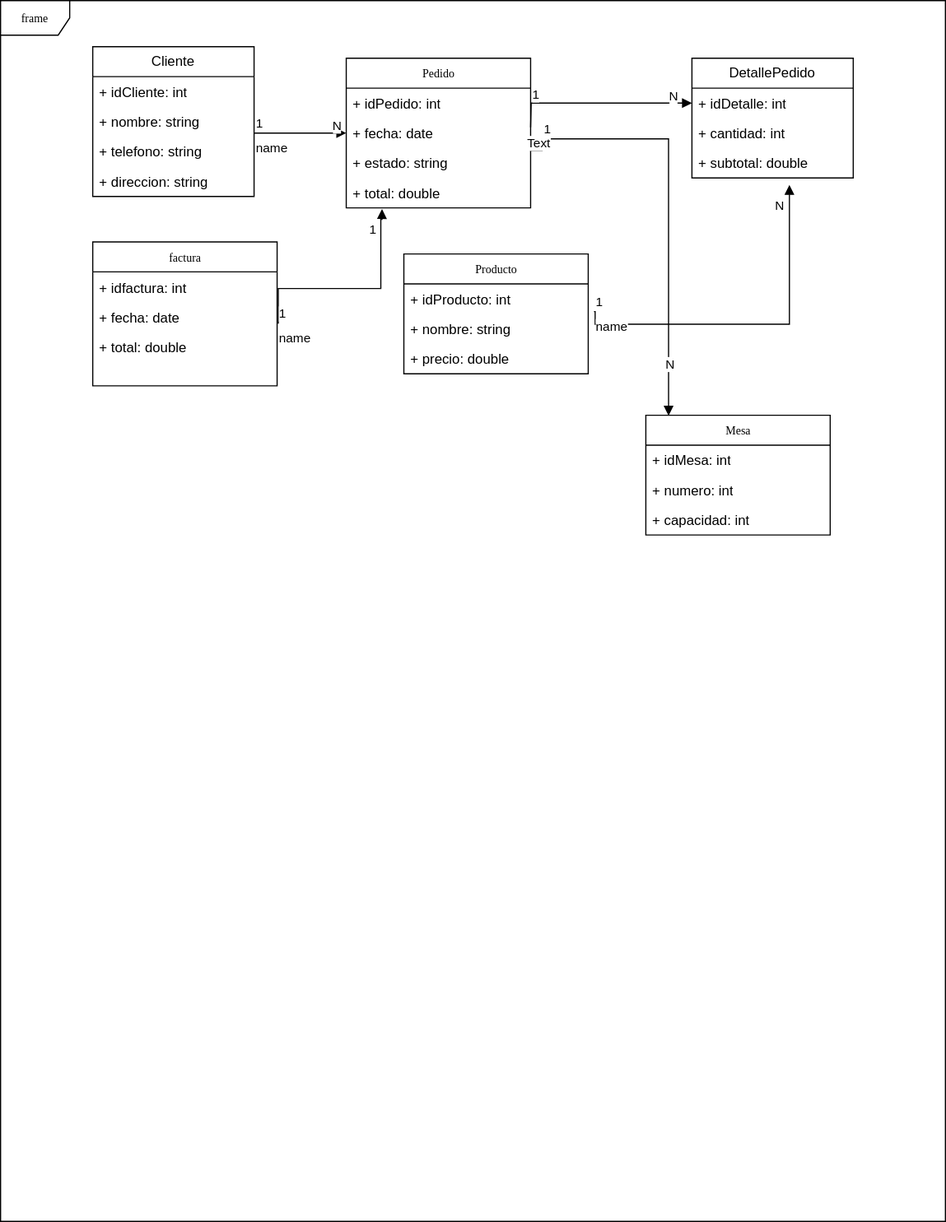
The draw.io diagram Diagrama Restaurante.drawio.svg in jontive21/Proy_Final_GP6_Lab, before a commit. Source tidied: cells renumbered, new cells last; positions are measured from the earlier drawing's top-left corner, leaving out a move shared by most shapes. The source it was exported from:
```xml
<mxGraphModel>
  <root>
    <mxCell id="0" />
    <mxCell id="1" parent="0" />
    <mxCell id="2" value="frame" style="shape=umlFrame;whiteSpace=wrap;html=1;rounded=0;shadow=0;comic=0;labelBackgroundColor=none;strokeWidth=1;fontFamily=Verdana;fontSize=10;align=center;" parent="1" vertex="1">
      <mxGeometry width="820" height="1060" as="geometry" />
    </mxCell>
    <mxCell id="3" value="factura" style="swimlane;html=1;fontStyle=0;horizontal=1;startSize=26;fillColor=none;swimlaneFillColor=#ffffff;rounded=0;shadow=0;comic=0;labelBackgroundColor=none;strokeWidth=1;fontFamily=Verdana;fontSize=10;align=center;" parent="1" vertex="1">
      <mxGeometry x="80" y="209.5" width="160" height="125" as="geometry" />
    </mxCell>
    <mxCell id="4" value="+ idfactura: int" style="text;html=1;strokeColor=none;fillColor=none;align=left;verticalAlign=top;spacingLeft=4;spacingRight=4;whiteSpace=wrap;overflow=hidden;" parent="3" vertex="1">
      <mxGeometry y="26" width="160" height="26" as="geometry" />
    </mxCell>
    <mxCell id="5" value="+ fecha: date" style="text;html=1;strokeColor=none;fillColor=none;align=left;verticalAlign=top;spacingLeft=4;spacingRight=4;whiteSpace=wrap;overflow=hidden;" parent="3" vertex="1">
      <mxGeometry y="52" width="160" height="26" as="geometry" />
    </mxCell>
    <mxCell id="6" value="+ total: double" style="text;html=1;strokeColor=none;fillColor=none;align=left;verticalAlign=top;spacingLeft=4;spacingRight=4;whiteSpace=wrap;overflow=hidden;" parent="3" vertex="1">
      <mxGeometry y="78" width="160" height="26" as="geometry" />
    </mxCell>
    <mxCell id="7" value="Pedido" style="swimlane;html=1;fontStyle=0;horizontal=1;startSize=26;fillColor=none;swimlaneFillColor=#ffffff;rounded=0;shadow=0;comic=0;labelBackgroundColor=none;strokeWidth=1;fontFamily=Verdana;fontSize=10;align=center;" parent="1" vertex="1">
      <mxGeometry x="300" y="50" width="160" height="130" as="geometry" />
    </mxCell>
    <mxCell id="8" value="+ idPedido: int" style="text;html=1;strokeColor=none;fillColor=none;align=left;verticalAlign=top;spacingLeft=4;spacingRight=4;whiteSpace=wrap;overflow=hidden;" parent="7" vertex="1">
      <mxGeometry y="26" width="160" height="26" as="geometry" />
    </mxCell>
    <mxCell id="9" value="+ fecha: date" style="text;html=1;strokeColor=none;fillColor=none;align=left;verticalAlign=top;spacingLeft=4;spacingRight=4;whiteSpace=wrap;overflow=hidden;" parent="7" vertex="1">
      <mxGeometry y="52" width="160" height="26" as="geometry" />
    </mxCell>
    <mxCell id="10" value="+ estado: string" style="text;html=1;strokeColor=none;fillColor=none;align=left;verticalAlign=top;spacingLeft=4;spacingRight=4;whiteSpace=wrap;overflow=hidden;" parent="7" vertex="1">
      <mxGeometry y="78" width="160" height="26" as="geometry" />
    </mxCell>
    <mxCell id="11" value="+ total: double" style="text;html=1;strokeColor=none;fillColor=none;align=left;verticalAlign=top;spacingLeft=4;spacingRight=4;whiteSpace=wrap;overflow=hidden;points=[[0,0.5],[1,0.5]];portConstraint=eastwest;" parent="7" vertex="1">
      <mxGeometry y="104" width="160" height="26" as="geometry" />
    </mxCell>
    <mxCell id="12" value="Mesa" style="swimlane;html=1;fontStyle=0;horizontal=1;startSize=26;fillColor=none;swimlaneFillColor=#ffffff;rounded=0;shadow=0;comic=0;labelBackgroundColor=none;strokeWidth=1;fontFamily=Verdana;fontSize=10;align=center;" parent="1" vertex="1">
      <mxGeometry x="560" y="360" width="160" height="104" as="geometry" />
    </mxCell>
    <mxCell id="13" value="+ idMesa: int" style="text;html=1;strokeColor=none;fillColor=none;align=left;verticalAlign=top;spacingLeft=4;spacingRight=4;whiteSpace=wrap;overflow=hidden;" parent="12" vertex="1">
      <mxGeometry y="26" width="160" height="26" as="geometry" />
    </mxCell>
    <mxCell id="14" value="+ numero: int" style="text;html=1;strokeColor=none;fillColor=none;align=left;verticalAlign=top;spacingLeft=4;spacingRight=4;whiteSpace=wrap;overflow=hidden;" parent="12" vertex="1">
      <mxGeometry y="52" width="160" height="26" as="geometry" />
    </mxCell>
    <mxCell id="15" value="+ capacidad: int" style="text;html=1;strokeColor=none;fillColor=none;align=left;verticalAlign=top;spacingLeft=4;spacingRight=4;whiteSpace=wrap;overflow=hidden;" parent="12" vertex="1">
      <mxGeometry y="78" width="160" height="26" as="geometry" />
    </mxCell>
    <mxCell id="16" value="Producto" style="swimlane;html=1;fontStyle=0;horizontal=1;startSize=26;fillColor=none;swimlaneFillColor=#ffffff;rounded=0;shadow=0;comic=0;labelBackgroundColor=none;strokeWidth=1;fontFamily=Verdana;fontSize=10;align=center;" parent="1" vertex="1">
      <mxGeometry x="350" y="220" width="160" height="104" as="geometry" />
    </mxCell>
    <mxCell id="17" value="+ idProducto: int" style="text;html=1;strokeColor=none;fillColor=none;align=left;verticalAlign=top;spacingLeft=4;spacingRight=4;whiteSpace=wrap;overflow=hidden;" parent="16" vertex="1">
      <mxGeometry y="26" width="160" height="26" as="geometry" />
    </mxCell>
    <mxCell id="18" value="+ nombre: string" style="text;html=1;strokeColor=none;fillColor=none;align=left;verticalAlign=top;spacingLeft=4;spacingRight=4;whiteSpace=wrap;overflow=hidden;" parent="16" vertex="1">
      <mxGeometry y="52" width="160" height="26" as="geometry" />
    </mxCell>
    <mxCell id="19" value="name" style="endArrow=block;endFill=1;html=1;edgeStyle=orthogonalEdgeStyle;align=left;verticalAlign=top;rounded=0;entryX=0.194;entryY=1.038;entryDx=0;entryDy=0;entryPerimeter=0;" parent="16" edge="1" target="11">
      <mxGeometry x="-1" relative="1" as="geometry">
        <mxPoint x="-110" y="60" as="sourcePoint" />
        <Array as="points">
          <mxPoint x="-109" y="60" />
          <mxPoint x="-109" y="30" />
          <mxPoint x="-20" y="30" />
          <mxPoint x="-20" y="-30" />
          <mxPoint x="-19" y="-30" />
        </Array>
      </mxGeometry>
    </mxCell>
    <mxCell id="20" value="1" style="edgeLabel;html=1;align=left;verticalAlign=bottom;" parent="19" vertex="1">
      <mxGeometry x="-1" relative="1" as="geometry" />
    </mxCell>
    <mxCell id="21" value="1" style="edgeLabel;html=1;align=center;verticalAlign=middle;" parent="19" vertex="1">
      <mxGeometry x="1" y="4" relative="1" as="geometry">
        <mxPoint x="-5" y="18" as="offset" />
      </mxGeometry>
    </mxCell>
    <mxCell id="22" value="+ precio: double" style="text;html=1;strokeColor=none;fillColor=none;align=left;verticalAlign=top;spacingLeft=4;spacingRight=4;whiteSpace=wrap;overflow=hidden;" parent="16" vertex="1">
      <mxGeometry y="78" width="160" height="26" as="geometry" />
    </mxCell>
    <mxCell id="23" value="Cliente" style="swimlane;fontStyle=0;horizontal=1;startSize=26;fillColor=none;whiteSpace=wrap;html=1;" parent="1" vertex="1">
      <mxGeometry x="80" y="40" width="140" height="130" as="geometry" />
    </mxCell>
    <mxCell id="24" value="+ idCliente: int" style="text;strokeColor=none;fillColor=none;align=left;verticalAlign=top;spacingLeft=4;spacingRight=4;overflow=hidden;whiteSpace=wrap;html=1;" parent="23" vertex="1">
      <mxGeometry y="26" width="140" height="26" as="geometry" />
    </mxCell>
    <mxCell id="25" value="+ nombre: string" style="text;strokeColor=none;fillColor=none;align=left;verticalAlign=top;spacingLeft=4;spacingRight=4;overflow=hidden;whiteSpace=wrap;html=1;" parent="23" vertex="1">
      <mxGeometry y="52" width="140" height="26" as="geometry" />
    </mxCell>
    <mxCell id="26" value="+ telefono: string" style="text;strokeColor=none;fillColor=none;align=left;verticalAlign=top;spacingLeft=4;spacingRight=4;overflow=hidden;whiteSpace=wrap;html=1;" parent="23" vertex="1">
      <mxGeometry y="78" width="140" height="26" as="geometry" />
    </mxCell>
    <mxCell id="27" value="+ direccion: string" style="text;strokeColor=none;fillColor=none;align=left;verticalAlign=top;spacingLeft=4;spacingRight=4;overflow=hidden;whiteSpace=wrap;html=1;" parent="23" vertex="1">
      <mxGeometry y="104" width="140" height="26" as="geometry" />
    </mxCell>
    <mxCell id="28" value="DetallePedido" style="swimlane;fontStyle=0;horizontal=1;startSize=26;fillColor=none;whiteSpace=wrap;html=1;" parent="1" vertex="1">
      <mxGeometry x="600" y="50" width="140" height="104" as="geometry" />
    </mxCell>
    <mxCell id="29" value="+ idDetalle: int" style="text;strokeColor=none;fillColor=none;align=left;verticalAlign=top;spacingLeft=4;spacingRight=4;overflow=hidden;points=[[0,0.5],[1,0.5]];portConstraint=eastwest;whiteSpace=wrap;html=1;" parent="28" vertex="1">
      <mxGeometry y="26" width="140" height="26" as="geometry" />
    </mxCell>
    <mxCell id="30" value="+ cantidad: int" style="text;strokeColor=none;fillColor=none;align=left;verticalAlign=top;spacingLeft=4;spacingRight=4;overflow=hidden;whiteSpace=wrap;html=1;" parent="28" vertex="1">
      <mxGeometry y="52" width="140" height="26" as="geometry" />
    </mxCell>
    <mxCell id="31" value="+ subtotal: double" style="text;strokeColor=none;fillColor=none;align=left;verticalAlign=top;spacingLeft=4;spacingRight=4;overflow=hidden;whiteSpace=wrap;html=1;" parent="28" vertex="1">
      <mxGeometry y="78" width="140" height="26" as="geometry" />
    </mxCell>
    <mxCell id="32" value="name" style="endArrow=block;endFill=1;html=1;edgeStyle=orthogonalEdgeStyle;align=left;verticalAlign=top;rounded=0;" parent="1" edge="1">
      <mxGeometry x="-1" relative="1" as="geometry">
        <mxPoint x="220" y="115" as="sourcePoint" />
        <mxPoint x="300" y="115" as="targetPoint" />
      </mxGeometry>
    </mxCell>
    <mxCell id="33" value="1" style="edgeLabel;html=1;align=left;verticalAlign=bottom;" parent="32" vertex="1">
      <mxGeometry x="-1" relative="1" as="geometry" />
    </mxCell>
    <mxCell id="34" value="N" style="edgeLabel;html=1;align=center;verticalAlign=middle;" parent="32" vertex="1">
      <mxGeometry x="0.78" y="1" relative="1" as="geometry">
        <mxPoint y="-6" as="offset" />
      </mxGeometry>
    </mxCell>
    <mxCell id="35" style="endArrow=block;endFill=1;html=1;edgeStyle=orthogonalEdgeStyle;align=left;verticalAlign=top;rounded=0;entryX=0;entryY=0.5;entryDx=0;entryDy=0;" parent="1" edge="1" target="29">
      <mxGeometry x="-1" relative="1" as="geometry">
        <mxPoint x="460" y="110" as="sourcePoint" />
      </mxGeometry>
    </mxCell>
    <mxCell id="36" value="1" style="edgeLabel;html=1;align=left;verticalAlign=bottom;" parent="35" vertex="1">
      <mxGeometry x="-1" relative="1" as="geometry">
        <mxPoint y="-20" as="offset" />
      </mxGeometry>
    </mxCell>
    <mxCell id="37" value="N" style="edgeLabel;html=1;align=center;verticalAlign=middle;" parent="35" vertex="1">
      <mxGeometry x="0.8" y="1" relative="1" as="geometry">
        <mxPoint y="-6" as="offset" />
      </mxGeometry>
    </mxCell>
    <mxCell id="38" value="name" style="endArrow=block;endFill=1;html=1;edgeStyle=orthogonalEdgeStyle;align=left;verticalAlign=top;rounded=0;entryX=0.78;entryY=0.151;entryDx=0;entryDy=0;entryPerimeter=0;" parent="1" edge="1">
      <mxGeometry x="-1" relative="1" as="geometry">
        <mxPoint x="515" y="270" as="sourcePoint" />
        <mxPoint x="684.6" y="160.1" as="targetPoint" />
        <Array as="points">
          <mxPoint x="516" y="270" />
          <mxPoint x="516" y="281" />
          <mxPoint x="685" y="281" />
        </Array>
      </mxGeometry>
    </mxCell>
    <mxCell id="39" value="1" style="edgeLabel;html=1;align=left;verticalAlign=bottom;" parent="38" vertex="1">
      <mxGeometry x="-1" relative="1" as="geometry" />
    </mxCell>
    <mxCell id="40" value="N" style="edgeLabel;html=1;align=center;verticalAlign=middle;" parent="38" vertex="1">
      <mxGeometry x="1" y="4" relative="1" as="geometry">
        <mxPoint x="-5" y="18" as="offset" />
      </mxGeometry>
    </mxCell>
    <mxCell id="41" style="endArrow=block;endFill=1;html=1;edgeStyle=orthogonalEdgeStyle;align=left;verticalAlign=top;rounded=0;entryX=0.707;entryY=0.34;entryDx=0;entryDy=0;entryPerimeter=0;" parent="1" edge="1" target="2">
      <mxGeometry x="-1" relative="1" as="geometry">
        <mxPoint x="470" y="120" as="sourcePoint" />
        <Array as="points">
          <mxPoint x="470" y="130" />
          <mxPoint x="460" y="130" />
          <mxPoint x="460" y="120" />
          <mxPoint x="580" y="120" />
        </Array>
      </mxGeometry>
    </mxCell>
    <mxCell id="42" value="1" style="edgeLabel;html=1;align=left;verticalAlign=bottom;" parent="41" vertex="1">
      <mxGeometry x="-1" relative="1" as="geometry" />
    </mxCell>
    <mxCell id="43" value="N" style="edgeLabel;html=1;align=center;verticalAlign=middle;" parent="41" vertex="1">
      <mxGeometry x="0.8" y="1" relative="1" as="geometry">
        <mxPoint y="-6" as="offset" />
      </mxGeometry>
    </mxCell>
    <mxCell id="44" value="Text" style="edgeLabel;html=1;align=center;verticalAlign=middle;" parent="41" vertex="1">
      <mxGeometry x="-0.82" y="-3" relative="1" as="geometry" />
    </mxCell>
  </root>
</mxGraphModel>
```
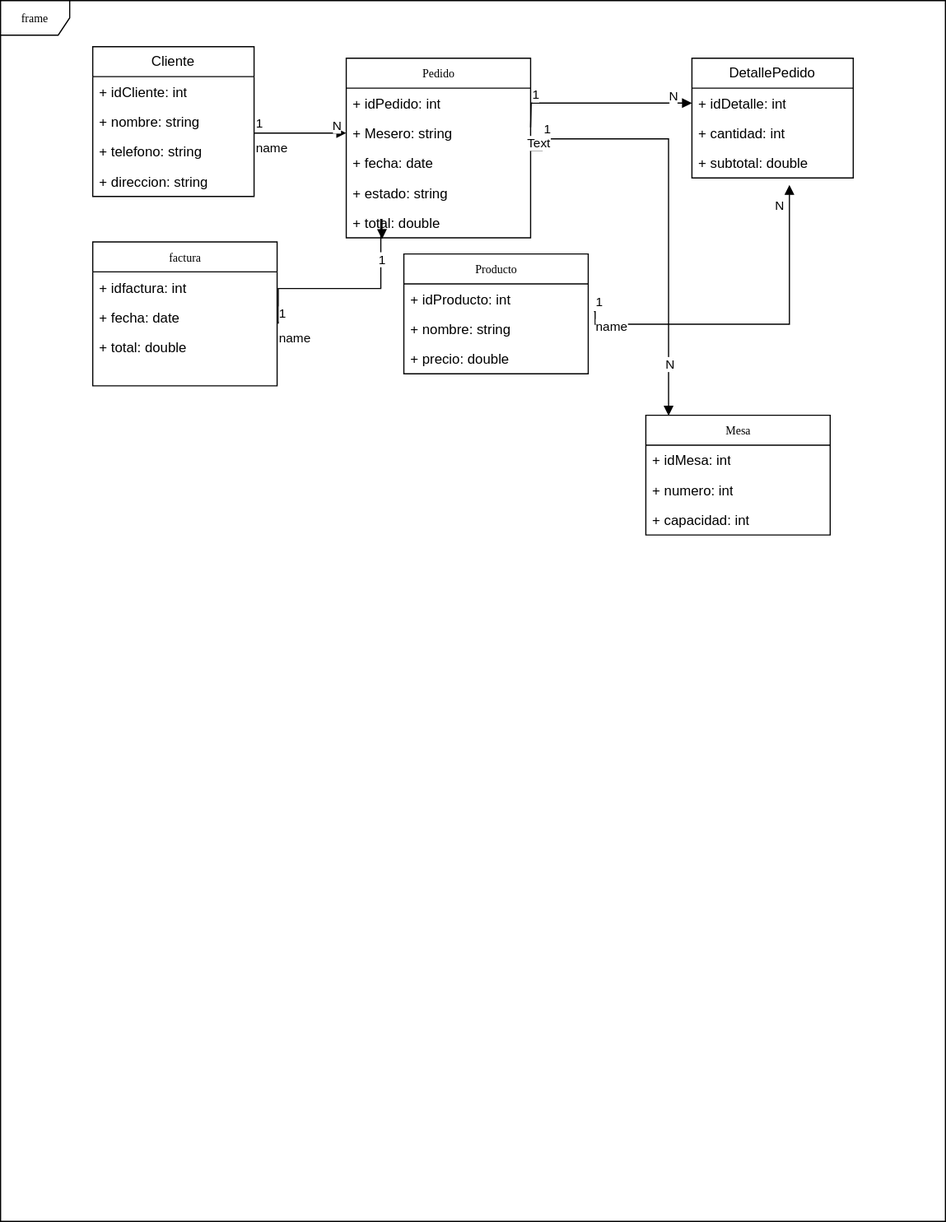
The same file after the commit.

Diff of the diagram source:
```diff
@@ -18,19 +18,22 @@
       <mxGeometry y="78" width="160" height="26" as="geometry" />
     </mxCell>
     <mxCell id="7" value="Pedido" style="swimlane;html=1;fontStyle=0;horizontal=1;startSize=26;fillColor=none;swimlaneFillColor=#ffffff;rounded=0;shadow=0;comic=0;labelBackgroundColor=none;strokeWidth=1;fontFamily=Verdana;fontSize=10;align=center;" parent="1" vertex="1">
-      <mxGeometry x="300" y="50" width="160" height="130" as="geometry" />
+      <mxGeometry x="300" y="50" width="160" height="156" as="geometry" />
     </mxCell>
     <mxCell id="8" value="+ idPedido: int" style="text;html=1;strokeColor=none;fillColor=none;align=left;verticalAlign=top;spacingLeft=4;spacingRight=4;whiteSpace=wrap;overflow=hidden;" parent="7" vertex="1">
       <mxGeometry y="26" width="160" height="26" as="geometry" />
     </mxCell>
+    <mxCell id="45" value="+ Mesero: string" style="text;strokeColor=none;fillColor=none;align=left;verticalAlign=top;spacingLeft=4;spacingRight=4;overflow=hidden;whiteSpace=wrap;html=1;" parent="7" vertex="1">
+      <mxGeometry y="52" width="160" height="26" as="geometry" />
+    </mxCell>
     <mxCell id="9" value="+ fecha: date" style="text;html=1;strokeColor=none;fillColor=none;align=left;verticalAlign=top;spacingLeft=4;spacingRight=4;whiteSpace=wrap;overflow=hidden;" parent="7" vertex="1">
-      <mxGeometry y="52" width="160" height="26" as="geometry" />
+      <mxGeometry y="78" width="160" height="26" as="geometry" />
     </mxCell>
     <mxCell id="10" value="+ estado: string" style="text;html=1;strokeColor=none;fillColor=none;align=left;verticalAlign=top;spacingLeft=4;spacingRight=4;whiteSpace=wrap;overflow=hidden;" parent="7" vertex="1">
-      <mxGeometry y="78" width="160" height="26" as="geometry" />
+      <mxGeometry y="104" width="160" height="26" as="geometry" />
     </mxCell>
     <mxCell id="11" value="+ total: double" style="text;html=1;strokeColor=none;fillColor=none;align=left;verticalAlign=top;spacingLeft=4;spacingRight=4;whiteSpace=wrap;overflow=hidden;points=[[0,0.5],[1,0.5]];portConstraint=eastwest;" parent="7" vertex="1">
-      <mxGeometry y="104" width="160" height="26" as="geometry" />
+      <mxGeometry y="130" width="160" height="26" as="geometry" />
     </mxCell>
     <mxCell id="12" value="Mesa" style="swimlane;html=1;fontStyle=0;horizontal=1;startSize=26;fillColor=none;swimlaneFillColor=#ffffff;rounded=0;shadow=0;comic=0;labelBackgroundColor=none;strokeWidth=1;fontFamily=Verdana;fontSize=10;align=center;" parent="1" vertex="1">
       <mxGeometry x="560" y="360" width="160" height="104" as="geometry" />
```
